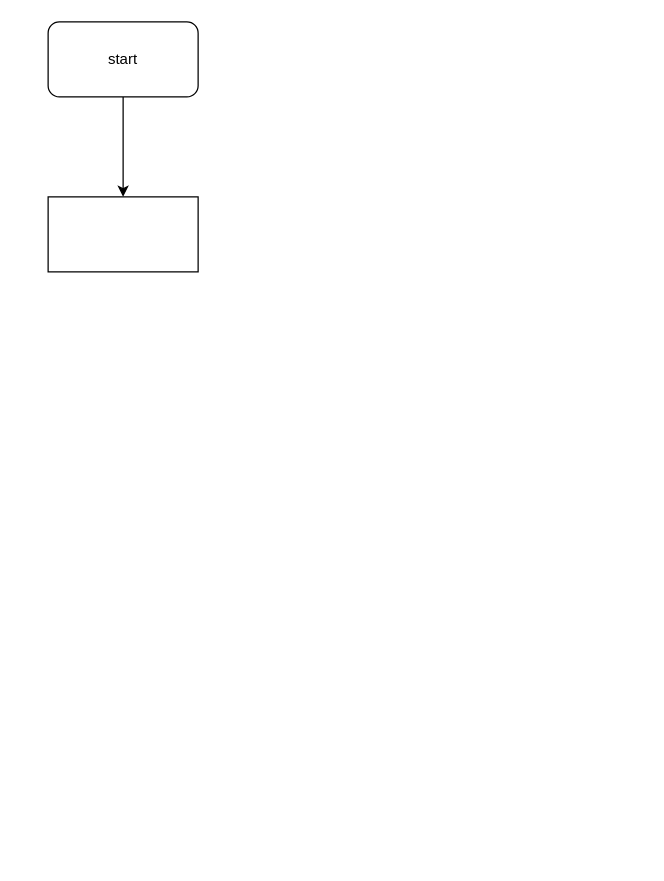
This is io_test_rewrite.drawio from eziohzy/FlowChartRepository, a draw.io file, before an edit. Source tidied: cells renumbered, new cells numbered last; positions are measured from the earlier drawing's top-left corner, leaving out a move shared by most shapes. Both pictures are drawn from the tidied source at 125%, with x=0, y=0 at pixel (48, 21).
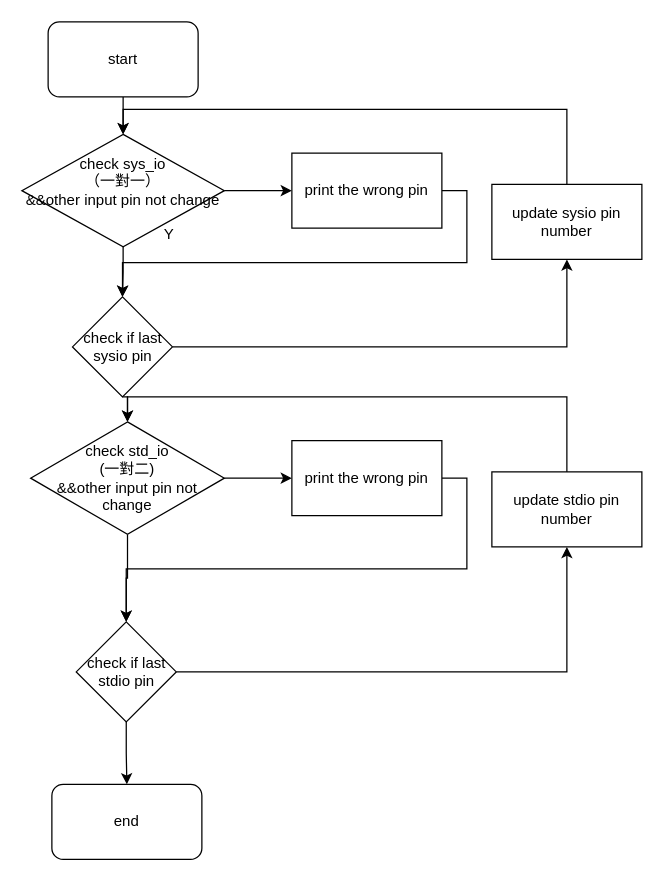
The same diagram, later.

Unchanged cells that the change refers to:
```xml
<mxCell id="3" value="start" style="rounded=1;whiteSpace=wrap;html=1;" parent="1" vertex="1">
  <mxGeometry width="120" height="60" as="geometry" />
</mxCell>
```

The edit, as a diff of the source:
```diff
@@
-    <mxCell id="2" style="edgeStyle=orthogonalEdgeStyle;rounded=0;jettySize=auto;html=1;" parent="1" edge="1" source="3">
-      <mxGeometry relative="1" as="geometry">
-        <mxPoint x="60" y="140" as="targetPoint" />
-      </mxGeometry>
+    <mxCell id="2" style="edgeStyle=orthogonalEdgeStyle;rounded=0;jettySize=auto;html=1;entryX=0.5;entryY=0;entryDx=0;entryDy=0;" parent="1" edge="1" source="3" target="7">
+      <mxGeometry relative="1" as="geometry" />
     </mxCell>
@@
-    <mxCell id="4" style="rounded=0;whiteSpace=wrap;html=1;" parent="1" vertex="1">
-      <mxGeometry y="140" width="120" height="60" as="geometry" />
-    </mxCell>
+    <mxCell id="5" style="edgeStyle=orthogonalEdgeStyle;rounded=0;jettySize=auto;html=1;exitX=0.5;exitY=1;exitDx=0;exitDy=0;" parent="1" edge="1" source="7" target="10">
+      <mxGeometry relative="1" as="geometry" />
+    </mxCell>
+    <mxCell id="6" style="edgeStyle=orthogonalEdgeStyle;rounded=0;jettySize=auto;html=1;entryX=0;entryY=0.5;entryDx=0;entryDy=0;" parent="1" edge="1" source="7" target="13">
+      <mxGeometry relative="1" as="geometry" />
+    </mxCell>
+    <mxCell id="7" value="&lt;div&gt;check sys_io&lt;/div&gt;&lt;div&gt;（一對一）&lt;/div&gt;&lt;div&gt;&amp;amp;&amp;amp;other input pin not change&lt;br&gt;&lt;/div&gt;&lt;div&gt;&lt;br&gt;&lt;/div&gt;" style="rhombus;whiteSpace=wrap;html=1;" parent="1" vertex="1">
+      <mxGeometry x="-21" y="90" width="162" height="90" as="geometry" />
+    </mxCell>
+    <mxCell id="8" style="edgeStyle=orthogonalEdgeStyle;rounded=0;jettySize=auto;html=1;entryX=0.5;entryY=1;entryDx=0;entryDy=0;" parent="1" edge="1" source="10" target="15">
+      <mxGeometry relative="1" as="geometry" />
+    </mxCell>
+    <mxCell id="9" style="edgeStyle=orthogonalEdgeStyle;rounded=0;jettySize=auto;html=1;exitX=1;exitY=0.5;exitDx=0;exitDy=0;entryX=0.5;entryY=0;entryDx=0;entryDy=0;" parent="1" edge="1" source="10" target="18">
+      <mxGeometry relative="1" as="geometry" />
+    </mxCell>
+    <mxCell id="10" value="check if last sysio pin" style="rhombus;whiteSpace=wrap;html=1;direction=south;" parent="1" vertex="1">
+      <mxGeometry x="19.5" y="220" width="80" height="80" as="geometry" />
+    </mxCell>
+    <mxCell id="11" value="Y" style="text;html=1;strokeColor=none;fillColor=none;align=center;verticalAlign=middle;whiteSpace=wrap;rounded=0;" parent="1" vertex="1">
+      <mxGeometry x="77" y="160" width="40" height="20" as="geometry" />
+    </mxCell>
+    <mxCell id="12" style="edgeStyle=orthogonalEdgeStyle;rounded=0;jettySize=auto;html=1;exitX=1;exitY=0.5;exitDx=0;exitDy=0;entryX=0;entryY=0.5;entryDx=0;entryDy=0;" parent="1" edge="1" source="13" target="10">
+      <mxGeometry relative="1" as="geometry" />
+    </mxCell>
+    <mxCell id="13" value="print the wrong pin" style="rounded=0;whiteSpace=wrap;html=1;" parent="1" vertex="1">
+      <mxGeometry x="195" y="105" width="120" height="60" as="geometry" />
+    </mxCell>
+    <mxCell id="14" style="edgeStyle=orthogonalEdgeStyle;rounded=0;jettySize=auto;html=1;exitX=0.5;exitY=0;exitDx=0;exitDy=0;entryX=0.5;entryY=0;entryDx=0;entryDy=0;" parent="1" edge="1" source="15" target="7">
+      <mxGeometry relative="1" as="geometry" />
+    </mxCell>
+    <mxCell id="15" value="update sysio pin number" style="rounded=0;whiteSpace=wrap;html=1;" parent="1" vertex="1">
+      <mxGeometry x="355" y="130" width="120" height="60" as="geometry" />
+    </mxCell>
+    <mxCell id="16" style="edgeStyle=orthogonalEdgeStyle;rounded=0;jettySize=auto;html=1;" parent="1" edge="1" source="18" target="20">
+      <mxGeometry relative="1" as="geometry" />
+    </mxCell>
+    <mxCell id="17" style="edgeStyle=orthogonalEdgeStyle;rounded=0;jettySize=auto;html=1;exitX=0.5;exitY=1;exitDx=0;exitDy=0;entryX=0.5;entryY=0;entryDx=0;entryDy=0;" parent="1" edge="1" source="18" target="23">
+      <mxGeometry relative="1" as="geometry" />
+    </mxCell>
+    <mxCell id="18" value="&lt;div&gt;check std_io&lt;/div&gt;&lt;div&gt;(一對二)&lt;/div&gt;&lt;div&gt;&amp;amp;&amp;amp;other input pin not change&lt;br&gt;&lt;/div&gt;" style="rhombus;whiteSpace=wrap;html=1;" parent="1" vertex="1">
+      <mxGeometry x="-14" y="320" width="155" height="90" as="geometry" />
+    </mxCell>
+    <mxCell id="19" style="edgeStyle=orthogonalEdgeStyle;rounded=0;jettySize=auto;html=1;exitX=1;exitY=0.5;exitDx=0;exitDy=0;entryX=0.5;entryY=0;entryDx=0;entryDy=0;" parent="1" edge="1" source="20" target="23">
+      <mxGeometry relative="1" as="geometry" />
+    </mxCell>
+    <mxCell id="20" value="print the wrong pin" style="rounded=0;whiteSpace=wrap;html=1;" parent="1" vertex="1">
+      <mxGeometry x="195" y="335" width="120" height="60" as="geometry" />
+    </mxCell>
+    <mxCell id="21" style="edgeStyle=orthogonalEdgeStyle;rounded=0;jettySize=auto;html=1;entryX=0.5;entryY=0;entryDx=0;entryDy=0;" parent="1" edge="1" source="23" target="24">
+      <mxGeometry relative="1" as="geometry" />
+    </mxCell>
+    <mxCell id="22" style="edgeStyle=orthogonalEdgeStyle;rounded=0;jettySize=auto;html=1;entryX=0.5;entryY=1;entryDx=0;entryDy=0;entryPerimeter=0;" parent="1" edge="1" source="23" target="26">
+      <mxGeometry relative="1" as="geometry" />
+    </mxCell>
+    <mxCell id="23" value="check if last stdio pin" style="rhombus;whiteSpace=wrap;html=1;" parent="1" vertex="1">
+      <mxGeometry x="22.5" y="480" width="80" height="80" as="geometry" />
+    </mxCell>
+    <mxCell id="24" value="end" style="rounded=1;whiteSpace=wrap;html=1;" parent="1" vertex="1">
+      <mxGeometry x="3" y="610" width="120" height="60" as="geometry" />
+    </mxCell>
+    <mxCell id="25" style="edgeStyle=orthogonalEdgeStyle;rounded=0;jettySize=auto;html=1;exitX=0.5;exitY=0;exitDx=0;exitDy=0;entryX=0.5;entryY=0;entryDx=0;entryDy=0;" parent="1" edge="1" source="26" target="18">
+      <mxGeometry relative="1" as="geometry" />
+    </mxCell>
+    <mxCell id="26" value="update stdio pin number" style="rounded=0;whiteSpace=wrap;html=1;" parent="1" vertex="1">
+      <mxGeometry x="355" y="360" width="120" height="60" as="geometry" />
+    </mxCell>
```
